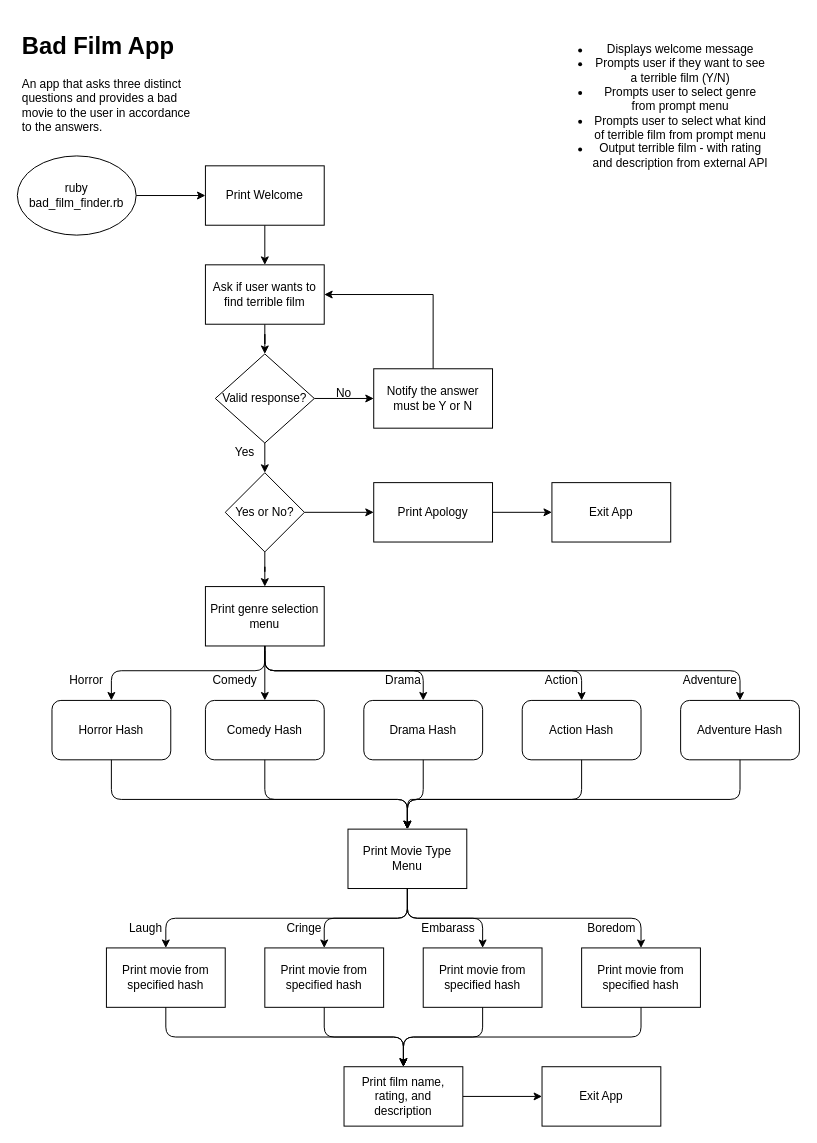
Before: Flowchart.drawio in OldsterJoey/bad_film_finder, a draw.io diagram. Source tidied: cells renumbered, new cells numbered last; positions are measured from the earlier drawing's top-left corner, leaving out a move shared by most shapes. Both pictures are drawn from the tidied source at 99%, with x=0, y=0 at pixel (17, 17).
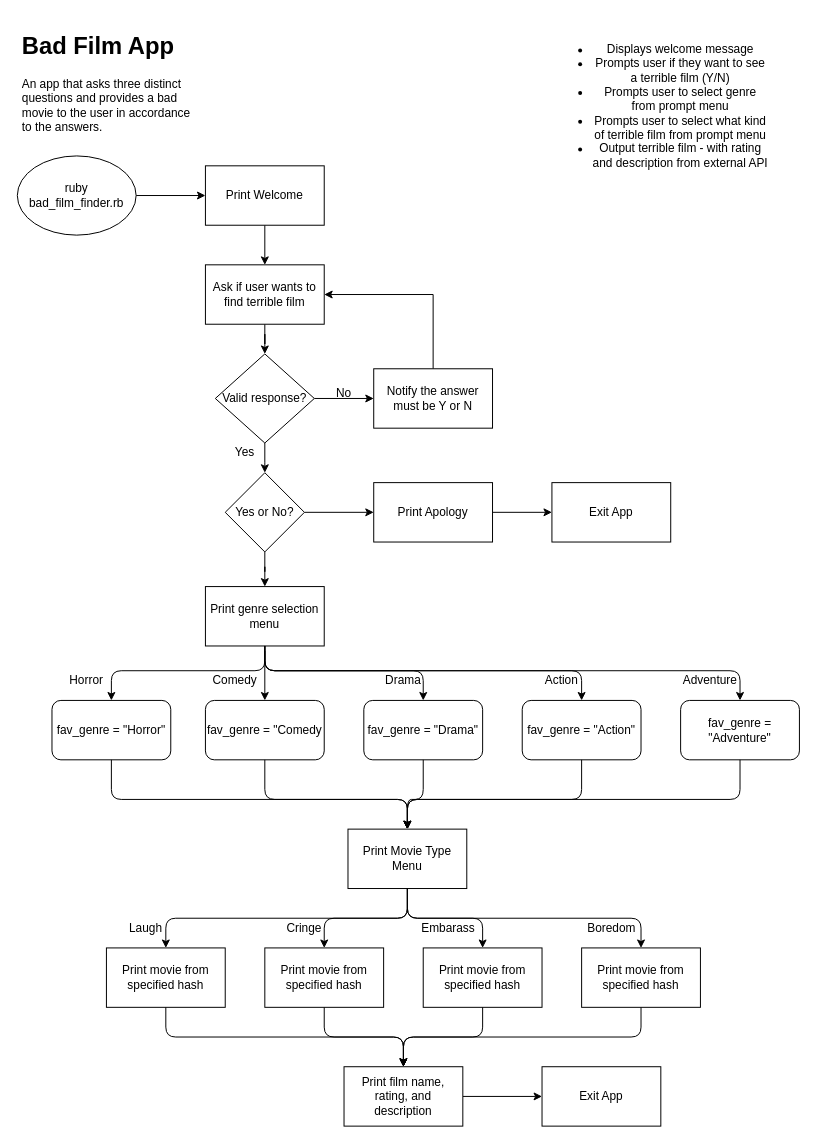
After the change.

What changed in the source:
```diff
@@
-    <mxCell id="24" value="Horror Hash" style="rounded=1;whiteSpace=wrap;html=1;" parent="1" vertex="1">
+    <mxCell id="24" value="fav_genre = &quot;Horror&quot;" style="rounded=1;whiteSpace=wrap;html=1;" parent="1" vertex="1">
       <mxGeometry x="35" y="690" width="120" height="60" as="geometry" />
     </mxCell>
-    <mxCell id="25" value="Comedy Hash" style="rounded=1;whiteSpace=wrap;html=1;" parent="1" vertex="1">
+    <mxCell id="25" value="fav_genre = &quot;Comedy" style="rounded=1;whiteSpace=wrap;html=1;" parent="1" vertex="1">
       <mxGeometry x="190" y="690" width="120" height="60" as="geometry" />
     </mxCell>
-    <mxCell id="26" value="Drama Hash" style="rounded=1;whiteSpace=wrap;html=1;" parent="1" vertex="1">
+    <mxCell id="26" value="&lt;span&gt;fav_genre = &quot;Drama&quot;&lt;/span&gt;" style="rounded=1;whiteSpace=wrap;html=1;" parent="1" vertex="1">
       <mxGeometry x="350" y="690" width="120" height="60" as="geometry" />
     </mxCell>
-    <mxCell id="27" value="Action Hash" style="rounded=1;whiteSpace=wrap;html=1;" parent="1" vertex="1">
+    <mxCell id="27" value="fav_genre = &quot;Action&quot;" style="rounded=1;whiteSpace=wrap;html=1;" parent="1" vertex="1">
       <mxGeometry x="510" y="690" width="120" height="60" as="geometry" />
     </mxCell>
-    <mxCell id="28" value="Adventure Hash" style="rounded=1;whiteSpace=wrap;html=1;" parent="1" vertex="1">
+    <mxCell id="28" value="fav_genre = &quot;Adventure&quot;" style="rounded=1;whiteSpace=wrap;html=1;" parent="1" vertex="1">
       <mxGeometry x="670" y="690" width="120" height="60" as="geometry" />
     </mxCell>
```
